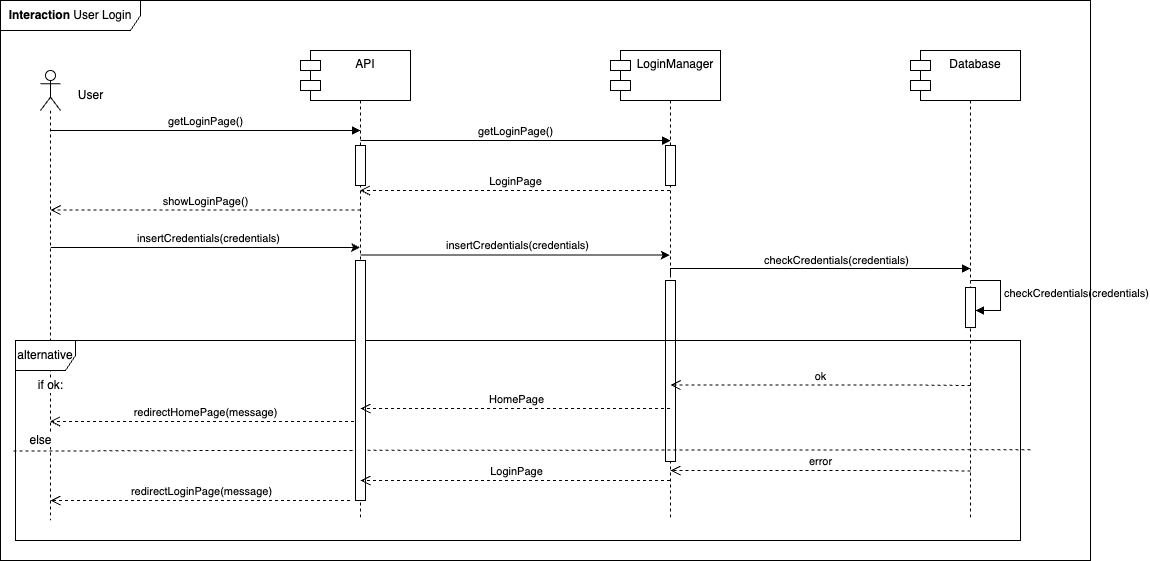
edogriba/GribaldoRosa keeps this draw.io diagram as DD/Images/Interactions/INT01_UserLogin.drawio.png. Above is the earlier version. Source tidied: cells renumbered, new cells last; positions are measured from the earlier drawing's top-left corner, leaving out a move shared by most shapes.
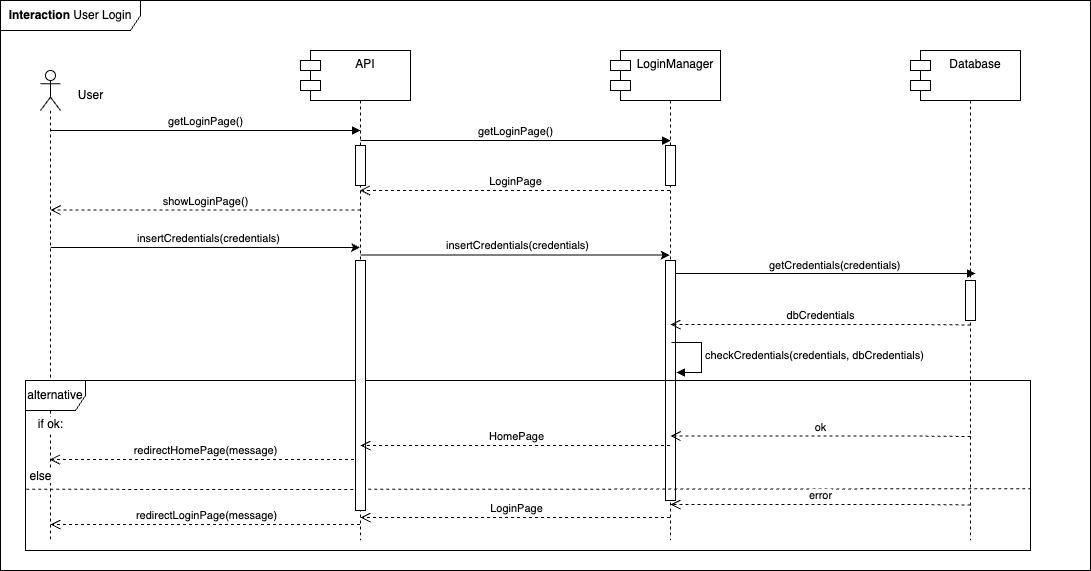
The same diagram one commit later.

The edit, as a diff of the source:
```diff
@@ -3,20 +3,11 @@
     <mxCell id="0" />
     <mxCell id="1" parent="0" />
     <mxCell id="2" value="LoginManager" style="shape=umlLifeline;perimeter=lifelinePerimeter;whiteSpace=wrap;html=1;newEdgeStyle={&quot;curved&quot;:0,&quot;rounded&quot;:0};" parent="1" vertex="1">
-      <mxGeometry x="920" y="60" width="100" height="460" as="geometry" />
+      <mxGeometry x="920" y="60" width="100" height="480" as="geometry" />
     </mxCell>
     <mxCell id="3" style="html=1;perimeter=orthogonalPerimeter;targetShapes=umlLifeline;newEdgeStyle={&quot;curved&quot;:0,&quot;rounded&quot;:0};" parent="2" vertex="1">
-      <mxGeometry x="45" y="227" width="10" height="40" as="geometry" />
+      <mxGeometry x="45" y="220" width="10" height="40" as="geometry" />
     </mxCell>
-    <mxCell id="4" value="checkCredentials(credentials)" style="html=1;align=left;spacingLeft=2;endArrow=block;rounded=0;edgeStyle=orthogonalEdgeStyle;curved=0;rounded=0;" parent="2" edge="1">
-      <mxGeometry relative="1" as="geometry">
-        <mxPoint x="50" y="220" as="sourcePoint" />
-        <mxPoint x="55" y="250" as="targetPoint" />
-        <Array as="points">
-          <mxPoint x="80" y="250" />
-        </Array>
-      </mxGeometry>
-    </mxCell>
     <mxCell id="5" value="getLoginPage()" style="html=1;verticalAlign=bottom;endArrow=block;edgeStyle=elbowEdgeStyle;elbow=vertical;curved=0;rounded=0;" parent="1" edge="1">
       <mxGeometry relative="1" as="geometry">
         <mxPoint x="49.8" y="130" as="sourcePoint" />
@@ -28,23 +19,14 @@
       </mxGeometry>
     </mxCell>
     <mxCell id="6" value="&lt;b&gt;Interaction&lt;/b&gt; User Login" style="shape=umlFrame;whiteSpace=wrap;html=1;width=140;height=30;" parent="1" vertex="1">
-      <mxGeometry width="1090" height="560" as="geometry" />
+      <mxGeometry width="1090" height="570" as="geometry" />
     </mxCell>
     <mxCell id="7" value="LoginManager" style="shape=umlLifeline;perimeter=lifelinePerimeter;whiteSpace=wrap;html=1;newEdgeStyle={&quot;curved&quot;:0,&quot;rounded&quot;:0};" parent="1" vertex="1">
-      <mxGeometry x="620" y="60" width="100" height="460" as="geometry" />
+      <mxGeometry x="620" y="60" width="100" height="480" as="geometry" />
     </mxCell>
     <mxCell id="8" style="html=1;perimeter=orthogonalPerimeter;targetShapes=umlLifeline;newEdgeStyle={&quot;curved&quot;:0,&quot;rounded&quot;:0};" parent="7" vertex="1">
-      <mxGeometry x="45" y="220" width="10" height="181" as="geometry" />
+      <mxGeometry x="45" y="200" width="10" height="240" as="geometry" />
     </mxCell>
-    <mxCell id="9" value="checkCredentials(credentials)" style="html=1;align=left;spacingLeft=2;endArrow=block;rounded=0;edgeStyle=orthogonalEdgeStyle;curved=0;rounded=0;" parent="7" edge="1">
-      <mxGeometry x="-0.37" y="8" relative="1" as="geometry">
-        <mxPoint x="50" y="215" as="sourcePoint" />
-        <mxPoint x="350" y="208" as="targetPoint" />
-        <Array as="points">
-          <mxPoint x="50" y="208" />
-        </Array>
-      </mxGeometry>
-    </mxCell>
     <mxCell id="10" style="html=1;perimeter=orthogonalPerimeter;targetShapes=umlLifeline;newEdgeStyle={&quot;curved&quot;:0,&quot;rounded&quot;:0};" parent="7" vertex="1">
       <mxGeometry x="45" y="85" width="10" height="40" as="geometry" />
     </mxCell>
@@ -64,7 +46,7 @@
       </mxGeometry>
     </mxCell>
     <mxCell id="13" style="shape=umlLifeline;perimeter=lifelinePerimeter;whiteSpace=wrap;html=1;outlineConnect=0;portConstraint=eastwest;newEdgeStyle={&quot;curved&quot;:0,&quot;rounded&quot;:0};participant=umlActor;size=40;" parent="1" vertex="1">
-      <mxGeometry x="40" y="70" width="20" height="450" as="geometry" />
+      <mxGeometry x="40" y="70" width="20" height="470" as="geometry" />
     </mxCell>
     <mxCell id="14" value="User" style="text;html=1;align=center;verticalAlign=middle;strokeColor=none;fillColor=none;" parent="1" vertex="1">
       <mxGeometry x="65" y="80" width="50" height="30" as="geometry" />
@@ -78,55 +60,55 @@
         </Array>
       </mxGeometry>
     </mxCell>
-    <mxCell id="16" value="redirectHomePage(message)" style="html=1;verticalAlign=bottom;endArrow=open;dashed=1;endSize=8;curved=0;rounded=0;" parent="1" edge="1" target="13">
+    <mxCell id="16" value="redirectHomePage(message)" style="html=1;verticalAlign=bottom;endArrow=open;dashed=1;endSize=8;curved=0;rounded=0;" parent="1" edge="1">
       <mxGeometry relative="1" as="geometry">
-        <mxPoint x="359.5" y="421" as="sourcePoint" />
+        <mxPoint x="359.5" y="459" as="sourcePoint" />
+        <mxPoint x="49.4" y="459" as="targetPoint" />
         <Array as="points">
-          <mxPoint x="300" y="421" />
-          <mxPoint x="240" y="421" />
-          <mxPoint x="180" y="421" />
-          <mxPoint x="150" y="421" />
+          <mxPoint x="300" y="459" />
+          <mxPoint x="240" y="459" />
+          <mxPoint x="180" y="459" />
+          <mxPoint x="150" y="459" />
         </Array>
       </mxGeometry>
     </mxCell>
     <mxCell id="17" value="alternative" style="shape=umlFrame;whiteSpace=wrap;html=1;" parent="1" vertex="1">
-      <mxGeometry x="15" y="340" width="1005" height="200" as="geometry" />
+      <mxGeometry x="25" y="380" width="1005" height="170" as="geometry" />
     </mxCell>
     <mxCell id="18" value="if ok:" style="text;html=1;align=center;verticalAlign=middle;strokeColor=none;fillColor=none;labelBackgroundColor=default;" parent="1" vertex="1">
-      <mxGeometry x="25" y="370" width="50" height="30" as="geometry" />
+      <mxGeometry x="25" y="409" width="50" height="30" as="geometry" />
     </mxCell>
-    <mxCell id="19" style="endArrow=none;dashed=1;html=1;rounded=0;entryX=1.01;entryY=0.596;entryDx=0;entryDy=0;entryPerimeter=0;exitX=-0.002;exitY=0.603;exitDx=0;exitDy=0;exitPerimeter=0;" parent="1" edge="1">
+    <mxCell id="19" style="endArrow=none;dashed=1;html=1;rounded=0;entryX=1.01;entryY=0.596;entryDx=0;entryDy=0;entryPerimeter=0;exitX=0.216;exitY=0.926;exitDx=0;exitDy=0;exitPerimeter=0;" parent="1" edge="1" source="20">
       <mxGeometry relative="1" as="geometry">
-        <mxPoint x="13" y="450.6" as="sourcePoint" />
-        <mxPoint x="1030.1" y="449.2" as="targetPoint" />
+        <mxPoint x="1030.1" y="488.2" as="targetPoint" />
         <Array as="points">
-          <mxPoint x="240" y="450" />
+          <mxPoint x="240" y="489" />
         </Array>
       </mxGeometry>
     </mxCell>
     <mxCell id="20" value="&lt;span style=&quot;background-color: rgb(255, 255, 255);&quot;&gt;else&lt;/span&gt;" style="text;html=1;align=center;verticalAlign=middle;points=[];strokeColor=none;fillColor=none;" parent="1" vertex="1">
-      <mxGeometry x="15" y="425" width="50" height="30" as="geometry" />
+      <mxGeometry x="15" y="461" width="50" height="30" as="geometry" />
     </mxCell>
     <mxCell id="21" value="redirectLoginPage(message)" style="html=1;verticalAlign=bottom;endArrow=open;dashed=1;endSize=8;curved=0;rounded=0;" parent="1" edge="1">
       <mxGeometry relative="1" as="geometry">
-        <mxPoint x="349.5" y="500" as="sourcePoint" />
-        <mxPoint x="50" y="500" as="targetPoint" />
+        <mxPoint x="359.5" y="524" as="sourcePoint" />
+        <mxPoint x="50" y="524" as="targetPoint" />
         <Array as="points">
-          <mxPoint x="290" y="500" />
-          <mxPoint x="230" y="500" />
-          <mxPoint x="170" y="500" />
-          <mxPoint x="140" y="500" />
+          <mxPoint x="290" y="524" />
+          <mxPoint x="230" y="524" />
+          <mxPoint x="170" y="524" />
+          <mxPoint x="140" y="524" />
         </Array>
       </mxGeometry>
     </mxCell>
     <mxCell id="22" value="API" style="shape=umlLifeline;perimeter=lifelinePerimeter;whiteSpace=wrap;html=1;newEdgeStyle={&quot;curved&quot;:0,&quot;rounded&quot;:0};" parent="1" vertex="1">
-      <mxGeometry x="310" y="60" width="100" height="460" as="geometry" />
+      <mxGeometry x="310" y="60" width="100" height="480" as="geometry" />
     </mxCell>
     <mxCell id="23" style="html=1;perimeter=orthogonalPerimeter;targetShapes=umlLifeline;newEdgeStyle={&quot;curved&quot;:0,&quot;rounded&quot;:0};" parent="22" vertex="1">
       <mxGeometry x="45" y="85" width="10" height="40" as="geometry" />
     </mxCell>
     <mxCell id="24" style="html=1;perimeter=orthogonalPerimeter;targetShapes=umlLifeline;newEdgeStyle={&quot;curved&quot;:0,&quot;rounded&quot;:0};" parent="22" vertex="1">
-      <mxGeometry x="45" y="200" width="10" height="240" as="geometry" />
+      <mxGeometry x="45" y="200" width="10" height="250" as="geometry" />
     </mxCell>
     <mxCell id="25" value="getLoginPage()" style="html=1;verticalAlign=bottom;endArrow=block;edgeStyle=elbowEdgeStyle;elbow=vertical;curved=0;rounded=0;" parent="1" edge="1">
       <mxGeometry relative="1" as="geometry">
@@ -164,25 +146,25 @@
     </mxCell>
     <mxCell id="29" value="HomePage" style="html=1;verticalAlign=bottom;endArrow=open;dashed=1;endSize=8;curved=0;rounded=0;" parent="1" edge="1">
       <mxGeometry relative="1" as="geometry">
-        <mxPoint x="669.5" y="408" as="sourcePoint" />
-        <mxPoint x="360" y="408" as="targetPoint" />
+        <mxPoint x="669.5" y="445" as="sourcePoint" />
+        <mxPoint x="360" y="445" as="targetPoint" />
         <Array as="points">
-          <mxPoint x="610" y="408" />
-          <mxPoint x="550" y="408" />
-          <mxPoint x="490" y="408" />
-          <mxPoint x="460" y="408" />
+          <mxPoint x="610" y="445" />
+          <mxPoint x="550" y="445" />
+          <mxPoint x="490" y="445" />
+          <mxPoint x="460" y="445" />
         </Array>
       </mxGeometry>
     </mxCell>
     <mxCell id="30" value="LoginPage" style="html=1;verticalAlign=bottom;endArrow=open;dashed=1;endSize=8;curved=0;rounded=0;" parent="1" edge="1">
       <mxGeometry relative="1" as="geometry">
-        <mxPoint x="669.5" y="480" as="sourcePoint" />
-        <mxPoint x="360" y="480" as="targetPoint" />
+        <mxPoint x="669.5" y="517" as="sourcePoint" />
+        <mxPoint x="360" y="517" as="targetPoint" />
         <Array as="points">
-          <mxPoint x="610" y="480" />
-          <mxPoint x="550" y="480" />
-          <mxPoint x="490" y="480" />
-          <mxPoint x="460" y="480" />
+          <mxPoint x="610" y="517" />
+          <mxPoint x="550" y="517" />
+          <mxPoint x="490" y="517" />
+          <mxPoint x="460" y="517" />
         </Array>
       </mxGeometry>
     </mxCell>
@@ -197,27 +179,57 @@
     </mxCell>
     <mxCell id="34" value="ok" style="html=1;verticalAlign=bottom;endArrow=open;dashed=1;endSize=8;curved=0;rounded=0;" parent="1" edge="1">
       <mxGeometry relative="1" as="geometry">
-        <mxPoint x="970" y="385" as="sourcePoint" />
-        <mxPoint x="670" y="384.5" as="targetPoint" />
+        <mxPoint x="970" y="436" as="sourcePoint" />
+        <mxPoint x="670" y="435.5" as="targetPoint" />
         <Array as="points">
-          <mxPoint x="920" y="384.6" />
-          <mxPoint x="860" y="384.6" />
-          <mxPoint x="800" y="384.6" />
-          <mxPoint x="770" y="384.6" />
+          <mxPoint x="920" y="435.6" />
+          <mxPoint x="860" y="435.6" />
+          <mxPoint x="800" y="435.6" />
+          <mxPoint x="770" y="435.6" />
         </Array>
       </mxGeometry>
     </mxCell>
     <mxCell id="35" value="error" style="html=1;verticalAlign=bottom;endArrow=open;dashed=1;endSize=8;curved=0;rounded=0;" parent="1" edge="1">
       <mxGeometry relative="1" as="geometry">
-        <mxPoint x="970" y="470.5" as="sourcePoint" />
-        <mxPoint x="670" y="470" as="targetPoint" />
+        <mxPoint x="970" y="504.5" as="sourcePoint" />
+        <mxPoint x="670" y="504" as="targetPoint" />
         <Array as="points">
-          <mxPoint x="920" y="470" />
-          <mxPoint x="860" y="470" />
-          <mxPoint x="800" y="470" />
-          <mxPoint x="770" y="470" />
+          <mxPoint x="920" y="504" />
+          <mxPoint x="860" y="504" />
+          <mxPoint x="800" y="504" />
+          <mxPoint x="770" y="504" />
         </Array>
       </mxGeometry>
     </mxCell>
+    <mxCell id="4" value="checkCredentials(credentials, dbCredentials)" style="html=1;align=left;spacingLeft=2;endArrow=block;rounded=0;edgeStyle=orthogonalEdgeStyle;curved=0;rounded=0;" parent="1" edge="1">
+      <mxGeometry relative="1" as="geometry">
+        <mxPoint x="671" y="342" as="sourcePoint" />
+        <mxPoint x="676" y="372" as="targetPoint" />
+        <Array as="points">
+          <mxPoint x="701" y="372" />
+        </Array>
+      </mxGeometry>
+    </mxCell>
+    <mxCell id="9" value="getCredentials(credentials)" style="html=1;align=left;spacingLeft=2;endArrow=block;rounded=0;edgeStyle=orthogonalEdgeStyle;curved=0;rounded=0;" parent="1" edge="1">
+      <mxGeometry x="-0.37" y="8" relative="1" as="geometry">
+        <mxPoint x="675" y="280" as="sourcePoint" />
+        <mxPoint x="975" y="273" as="targetPoint" />
+        <Array as="points">
+          <mxPoint x="675" y="273" />
+        </Array>
+      </mxGeometry>
+    </mxCell>
+    <mxCell id="36" value="dbCredentials" style="html=1;verticalAlign=bottom;endArrow=open;dashed=1;endSize=8;curved=0;rounded=0;" parent="1" edge="1">
+      <mxGeometry relative="1" as="geometry">
+        <mxPoint x="970" y="324.5" as="sourcePoint" />
+        <mxPoint x="670" y="324" as="targetPoint" />
+        <Array as="points">
+          <mxPoint x="920" y="324" />
+          <mxPoint x="860" y="324" />
+          <mxPoint x="800" y="324" />
+          <mxPoint x="770" y="324" />
+        </Array>
+      </mxGeometry>
+    </mxCell>
   </root>
 </mxGraphModel>
```
